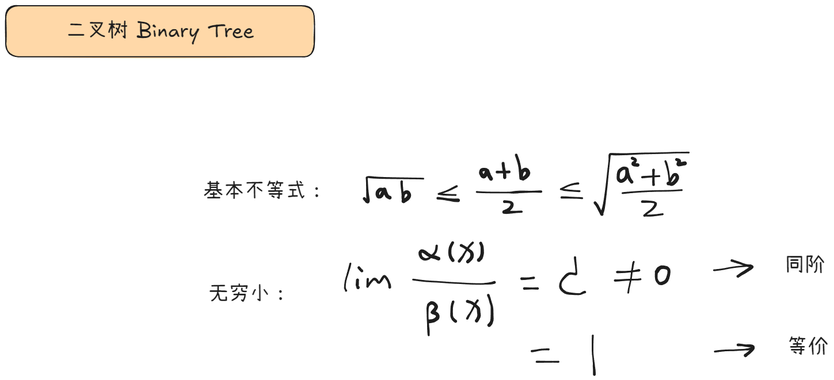
Earlier version of the Excalidraw export Tree/tree..excalidraw.png (kkakarots/ds). Source tidied: one line per element, renumbered; positions are measured from the earlier drawing's top-left corner, leaving out a move shared by most shapes.
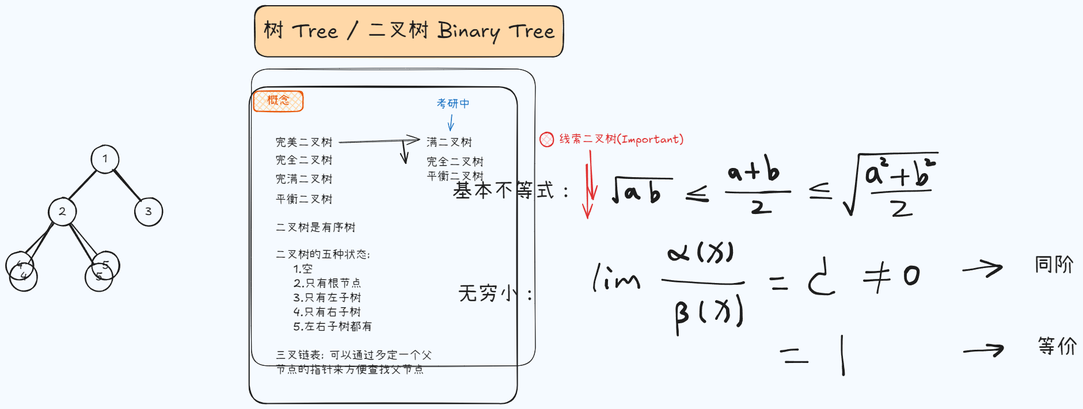
Above is the later version.

Change to the diagram source:
```diff
@@ -1,2 +1,34 @@
+{"id": 2, "type": "rectangle", "strokeColor": "#e8590c", "backgroundColor": "#ffd8a8", "fillStyle": "cross-hatch", "strokeWidth": 2, "roughness": 1, "round": true, "x": -2, "y": 149, "width": 86, "height": 35}
+{"id": 3, "type": "text", "text": "概念", "strokeColor": "#e8590c", "backgroundColor": "#ffffff", "fillStyle": "hachure", "strokeWidth": 2, "roughness": 1, "fontSize": 20, "fontFamily": 5, "textAlign": "center", "verticalAlign": "middle", "inside": 2, "x": 21, "y": 154, "width": 40, "height": 25}
 {"id": 0, "type": "rectangle", "strokeColor": "#1e1e1e", "backgroundColor": "#ffd8a8", "fillStyle": "solid", "strokeWidth": 2, "roughness": 1, "round": true, "x": 0, "y": 0, "width": 536, "height": 89}
-{"id": 1, "type": "text", "text": "二叉树 Binary Tree", "strokeColor": "#1e1e1e", "strokeWidth": 2, "roughness": 1, "fontSize": 36, "fontFamily": 5, "textAlign": "center", "verticalAlign": "middle", "inside": 0, "x": 104, "y": 22, "width": 327, "height": 45}
+{"id": 1, "type": "text", "text": "树 Tree / 二叉树 Binary Tree", "strokeColor": "#1e1e1e", "strokeWidth": 2, "roughness": 1, "fontSize": 36, "fontFamily": 5, "textAlign": "center", "verticalAlign": "middle", "inside": 0, "x": 14, "y": 22, "width": 507, "height": 45}
+{"id": 4, "type": "text", "text": "完美二叉树", "strokeColor": "#1e1e1e", "strokeWidth": 2, "roughness": 1, "fontSize": 20, "fontFamily": 5, "x": 35, "y": 226, "width": 100, "height": 25}
+{"id": 5, "type": "text", "text": "完全二叉树", "strokeColor": "#1e1e1e", "strokeWidth": 2, "roughness": 1, "fontSize": 20, "fontFamily": 5, "x": 35, "y": 257, "width": 100, "height": 25}
+{"id": 6, "type": "text", "text": "完满二叉树", "strokeColor": "#1e1e1e", "strokeWidth": 2, "roughness": 1, "fontSize": 20, "fontFamily": 5, "x": 35, "y": 291, "width": 100, "height": 25}
+{"id": 7, "type": "text", "text": "平衡二叉树", "strokeColor": "#1e1e1e", "strokeWidth": 2, "roughness": 1, "fontSize": 20, "fontFamily": 5, "x": 35, "y": 326, "width": 100, "height": 25}
+{"id": 8, "type": "text", "text": "二叉树的五种状态:\n    1.空\n    2.只有根节点\n    3.只有左子树\n    4.只有右子树\n    5.左右子树都有", "strokeColor": "#1e1e1e", "strokeWidth": 2, "roughness": 1, "fontSize": 20, "fontFamily": 5, "x": 35, "y": 422, "width": 170, "height": 150}
+{"id": 9, "type": "text", "text": "二叉树是有序树", "strokeColor": "#1e1e1e", "strokeWidth": 2, "roughness": 1, "fontSize": 20, "fontFamily": 5, "x": 35, "y": 374, "width": 140, "height": 25}
+{"id": 10, "type": "text", "text": "满二叉树", "strokeColor": "#1e1e1e", "strokeWidth": 2, "roughness": 1, "fontSize": 20, "fontFamily": 5, "x": 298, "y": 226, "width": 80, "height": 25}
+{"id": 11, "type": "arrow", "strokeColor": "#1e1e1e", "strokeWidth": 1, "roughness": 1, "endArrowhead": "arrow", "round": true, "from": 4, "to": 10, "x": 147, "y": 238, "width": 138, "height": 4, "points": [[0, 0], [138, -4]]}
+{"id": 12, "type": "text", "text": "考研中", "strokeColor": "#1971c2", "strokeWidth": 1, "roughness": 1, "fontSize": 20, "fontFamily": 5, "x": 314, "y": 160, "width": 60, "height": 25}
+{"id": 13, "type": "arrow", "strokeColor": "#1971c2", "strokeWidth": 1, "roughness": 1, "endArrowhead": "arrow", "round": true, "from": 12, "to": 10, "x": 342, "y": 189, "width": 3, "height": 28, "points": [[0, 0], [-3, 28]]}
+{"id": 14, "type": "text", "text": "完全二叉树\n平衡二叉树", "strokeColor": "#1e1e1e", "strokeWidth": 1, "roughness": 1, "fontSize": 20, "fontFamily": 5, "x": 298, "y": 260, "width": 100, "height": 50}
+{"id": 15, "type": "text", "text": "线索二叉树(Important)", "strokeColor": "#e03131", "strokeWidth": 1, "roughness": 1, "fontSize": 20, "fontFamily": 5, "x": 529, "y": 220, "width": 217, "height": 25}
+{"id": 16, "type": "ellipse", "strokeColor": "#e03131", "backgroundColor": "#ffc9c9", "fillStyle": "cross-hatch", "strokeWidth": 2, "roughness": 1, "round": true, "x": 496, "y": 220, "width": 23, "height": 25}
+{"id": 17, "type": "arrow", "strokeColor": "#e03131", "backgroundColor": "#ffc9c9", "fillStyle": "cross-hatch", "strokeWidth": 2, "roughness": 1, "endArrowhead": "arrow", "round": true, "from": 15, "x": 582, "y": 253, "width": 4, "height": 83, "points": [[0, 0], [4, 83]]}
+{"id": 18, "type": "ellipse", "strokeColor": "#1e1e1e", "strokeWidth": 2, "roughness": 1, "round": true, "x": -284, "y": 242, "width": 48, "height": 49}
+{"id": 19, "type": "text", "text": "1", "strokeColor": "#1e1e1e", "strokeWidth": 2, "roughness": 1, "fontSize": 20, "fontFamily": 5, "textAlign": "center", "verticalAlign": "middle", "inside": 18, "x": -264, "y": 254, "width": 9, "height": 25}
+{"id": 20, "type": "ellipse", "strokeColor": "#1e1e1e", "strokeWidth": 2, "roughness": 1, "round": true, "x": -358, "y": 334, "width": 48, "height": 49}
+{"id": 21, "type": "text", "text": "2", "strokeColor": "#1e1e1e", "strokeWidth": 2, "roughness": 1, "fontSize": 20, "fontFamily": 5, "textAlign": "center", "verticalAlign": "middle", "inside": 20, "x": -341, "y": 346, "width": 14, "height": 25}
+{"id": 22, "type": "ellipse", "strokeColor": "#1e1e1e", "strokeWidth": 2, "roughness": 1, "round": true, "x": -208, "y": 334, "width": 48, "height": 49}
+{"id": 23, "type": "text", "text": "3", "strokeColor": "#1e1e1e", "strokeWidth": 2, "roughness": 1, "fontSize": 20, "fontFamily": 5, "textAlign": "center", "verticalAlign": "middle", "inside": 22, "x": -190, "y": 346, "width": 12, "height": 25}
+{"id": 24, "type": "line", "strokeColor": "#1e1e1e", "strokeWidth": 2, "roughness": 1, "round": true, "x": -275, "y": 287, "width": 49, "height": 49, "points": [[0, 0], [-49, 49]]}
+{"id": 25, "type": "line", "strokeColor": "#1e1e1e", "strokeWidth": 2, "roughness": 1, "round": true, "x": -244, "y": 285, "width": 44, "height": 53, "points": [[0, 0], [44, 53]]}
+{"id": 26, "type": "ellipse", "strokeColor": "#1e1e1e", "strokeWidth": 2, "roughness": 1, "round": true, "x": -432, "y": 427, "width": 48, "height": 49}
+{"id": 27, "type": "text", "text": "4", "strokeColor": "#1e1e1e", "strokeWidth": 2, "roughness": 1, "fontSize": 20, "fontFamily": 5, "textAlign": "center", "verticalAlign": "middle", "inside": 26, "x": -414, "y": 439, "width": 12, "height": 25}
+{"id": 28, "type": "ellipse", "strokeColor": "#1e1e1e", "strokeWidth": 2, "roughness": 1, "round": true, "x": -283, "y": 427, "width": 48, "height": 49}
+{"id": 29, "type": "text", "text": "5", "strokeColor": "#1e1e1e", "strokeWidth": 2, "roughness": 1, "fontSize": 20, "fontFamily": 5, "textAlign": "center", "verticalAlign": "middle", "inside": 28, "x": -265, "y": 439, "width": 12, "height": 25}
+{"id": 30, "type": "line", "strokeColor": "#1e1e1e", "strokeWidth": 2, "roughness": 1, "round": true, "x": -349, "y": 380, "width": 49, "height": 49, "points": [[0, 0], [-49, 49]]}
+{"id": 31, "type": "line", "strokeColor": "#1e1e1e", "strokeWidth": 2, "roughness": 1, "round": true, "x": -318, "y": 379, "width": 44, "height": 53, "points": [[0, 0], [44, 53]]}
+{"id": 32, "type": "rectangle", "strokeColor": "#1e1e1e", "strokeWidth": 2, "roughness": 1, "round": true, "x": -10, "y": 141, "width": 466, "height": 551}
+{"id": 33, "type": "text", "text": "三叉链表: 可以通过多定一个父\n节点的指针来方便查找父节点", "strokeColor": "#1e1e1e", "backgroundColor": "#ffd8a8", "fillStyle": "cross-hatch", "strokeWidth": 2, "roughness": 1, "fontSize": 20, "fontFamily": 5, "x": 35, "y": 596, "width": 275, "height": 50}
```
